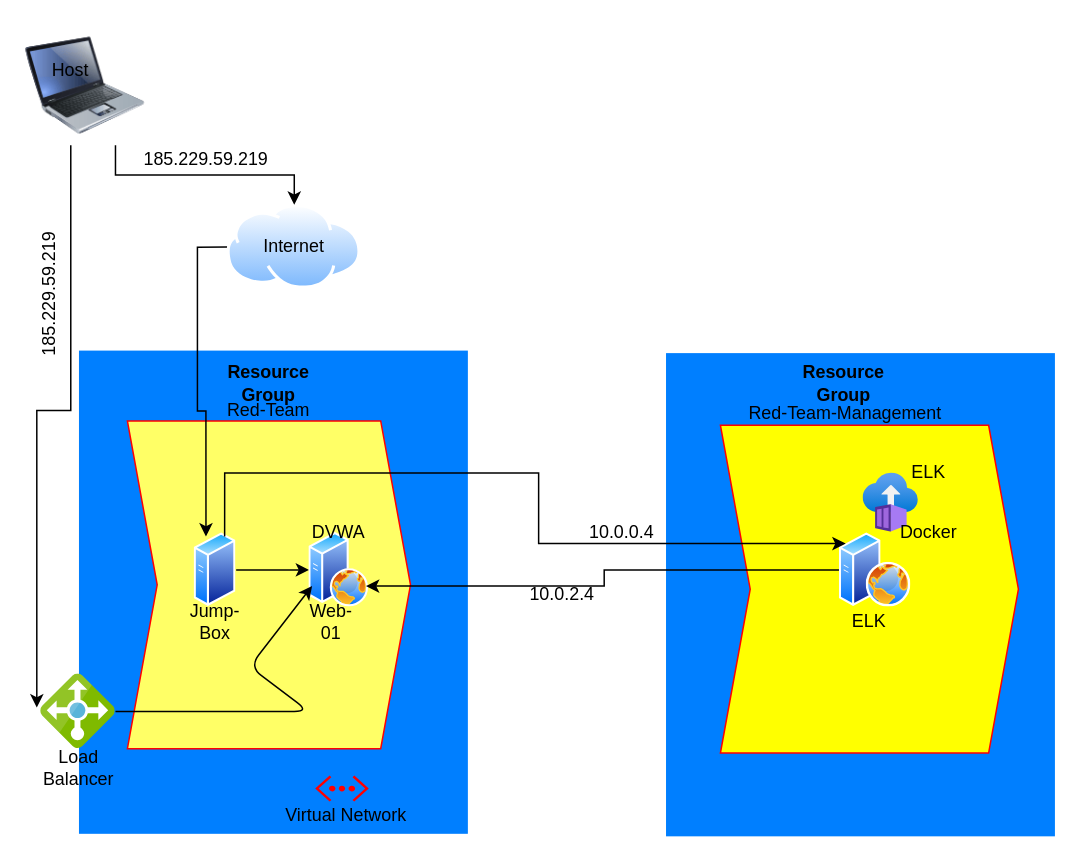
This is Elk_Project.drawio from dericjosiah/Elk-Project, a draw.io file, before an edit. Source tidied: cells renumbered, new cells numbered last; positions are measured from the earlier drawing's top-left corner, leaving out a move shared by most shapes. Both pictures are drawn from the tidied source at 149%, with x=0, y=0 at pixel (19, 25).
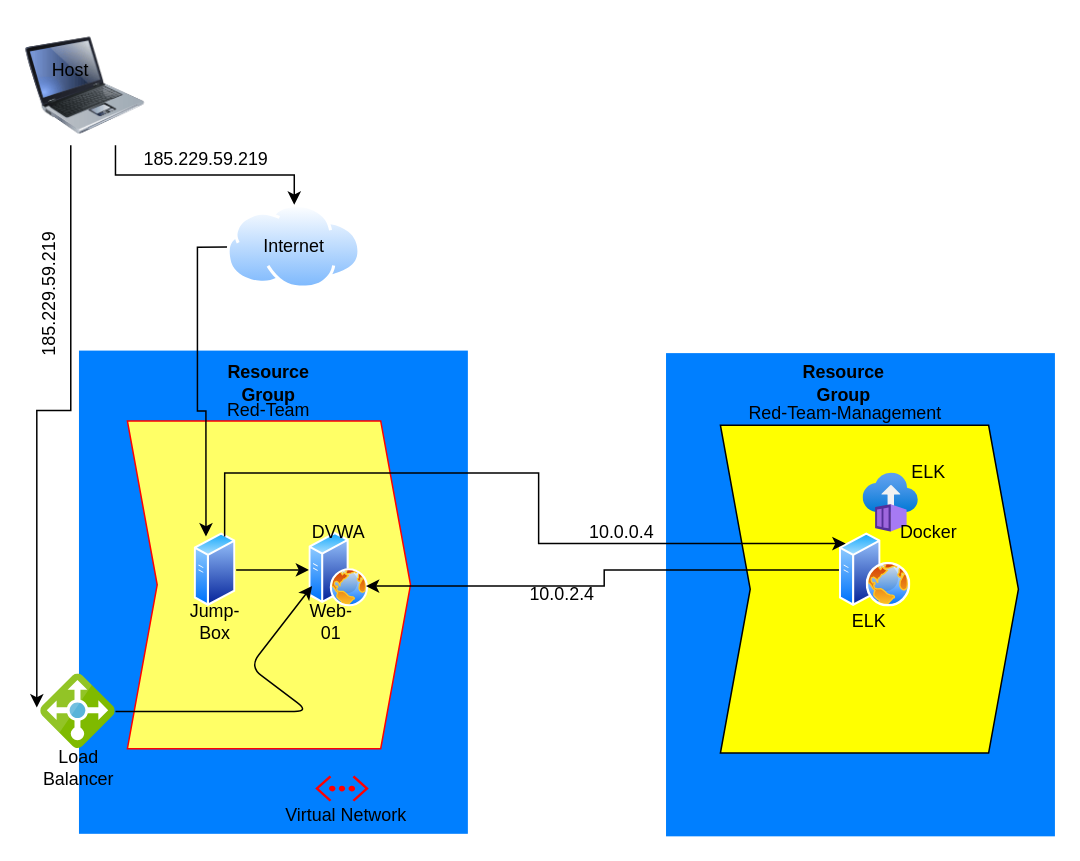
After the change.

Change to the diagram source:
```diff
@@
-    <mxCell id="15" style="shape=step;perimeter=stepPerimeter;whiteSpace=wrap;html=1;fixedSize=1;strokeColor=#FF0000;fillColor=#FFFF00;" parent="1" vertex="1">
+    <mxCell id="15" style="shape=step;perimeter=stepPerimeter;whiteSpace=wrap;html=1;fixedSize=1;strokeColor=#000000;fillColor=#FFFF00;" parent="1" vertex="1">
       <mxGeometry x="470" y="267.9" width="200" height="220" as="geometry" />
     </mxCell>
```
